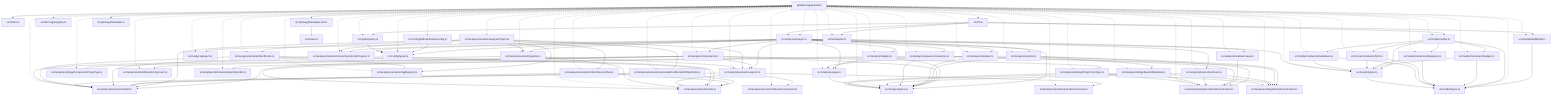
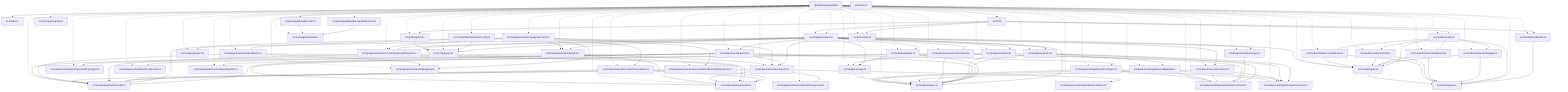
graph TD
  package__ankhorage_paradox["@ankhorage/paradox"]
  entrypoint_src_index_ts["src/index.ts"]
  package__ankhorage_paradox --> entrypoint_src_index_ts
  module_src_analyze_analyze_ts["src/analyze/analyze.ts"]
  package__ankhorage_paradox -.-> module_src_analyze_analyze_ts
  module_src_analyze_analyze_ts --> module_src_analyze_badges_ts
  module_src_analyze_analyze_ts --> module_src_analyze_components_ts
  module_src_analyze_analyze_ts --> module_src_analyze_exports_ts
  module_src_analyze_analyze_ts --> module_src_analyze_modules_ts
  module_src_analyze_analyze_ts --> module_src_analyze_project_ts
  module_src_analyze_analyze_ts --> module_src_analyze_readmeUsage_ts
  module_src_analyze_analyze_ts --> module_src_analyze_semantic_createTypeScriptProgram_ts
  module_src_analyze_analyze_ts --> module_src_analyze_semantic_exports_ts
  module_src_analyze_analyze_ts --> module_src_analyze_semantic_graphs_ts
  module_src_analyze_analyze_ts --> module_src_analyze_sequenceScenarios_ts
  module_src_analyze_analyze_ts --> module_src_analyze_sourceFunctions_ts
  module_src_analyze_analyze_ts --> module_src_analyze_types_ts
  module_src_analyze_analyze_ts --> module_src_analyze_usage_ts
  module_src_analyze_analyze_ts --> module_src_config_types_ts
  module_src_analyze_badges_ts["src/analyze/badges.ts"]
  package__ankhorage_paradox -.-> module_src_analyze_badges_ts
  module_src_analyze_badges_ts --> module_src_analyze_types_ts
  module_src_analyze_badges_ts --> module_src_analyze_usage_ts
  module_src_analyze_components_ts["src/analyze/components.ts"]
  package__ankhorage_paradox -.-> module_src_analyze_components_ts
  module_src_analyze_components_ts --> module_src_analyze_semantic_exports_ts
  module_src_analyze_components_ts --> module_src_analyze_semantic_model_ts
  module_src_analyze_components_ts --> module_src_analyze_types_ts
  module_src_analyze_components_ts --> module_src_analyze_utils_getComponentPropsType_ts
  module_src_analyze_components_ts --> module_src_analyze_utils_getPropsFromType_ts
  module_src_analyze_components_ts --> module_src_analyze_utils_isReactComponent_ts
  module_src_analyze_exports_ts["src/analyze/exports.ts"]
  package__ankhorage_paradox -.-> module_src_analyze_exports_ts
  module_src_analyze_exports_ts --> module_src_analyze_types_ts
  module_src_analyze_exports_ts --> module_src_analyze_utils_getExportMetadata_ts
  module_src_analyze_exports_ts --> module_src_analyze_utils_getParadoxComment_ts
  module_src_analyze_exports_ts --> module_src_analyze_utils_parseParadoxComment_ts
  module_src_analyze_exports_ts --> module_src_analyze_utils_resolveExportSymbol_ts
  module_src_analyze_modules_ts["src/analyze/modules.ts"]
  package__ankhorage_paradox -.-> module_src_analyze_modules_ts
  module_src_analyze_modules_ts --> module_src_analyze_types_ts
  module_src_analyze_project_ts["src/analyze/project.ts"]
  package__ankhorage_paradox -.-> module_src_analyze_project_ts
  module_src_analyze_readmeUsage_ts["src/analyze/readmeUsage.ts"]
  package__ankhorage_paradox -.-> module_src_analyze_readmeUsage_ts
  module_src_analyze_readmeUsage_ts --> module_src_analyze_utils_parseParadoxComment_ts
  module_src_analyze_semantic_analyzeProject_ts["src/analyze/semantic/analyzeProject.ts"]
  package__ankhorage_paradox -.-> module_src_analyze_semantic_analyzeProject_ts
  module_src_analyze_semantic_analyzeProject_ts --> module_src_analyze_semantic_associateDocBlocksWithSymbols_ts
  module_src_analyze_semantic_analyzeProject_ts --> module_src_analyze_semantic_collectSourceFiles_ts
  module_src_analyze_semantic_analyzeProject_ts --> module_src_analyze_semantic_createTypeScriptProgram_ts
  module_src_analyze_semantic_analyzeProject_ts --> module_src_analyze_semantic_docBlocks_ts
  module_src_analyze_semantic_analyzeProject_ts --> module_src_analyze_semantic_exports_ts
  module_src_analyze_semantic_analyzeProject_ts --> module_src_analyze_semantic_graphs_ts
  module_src_analyze_semantic_analyzeProject_ts --> module_src_analyze_semantic_model_ts
  module_src_analyze_semantic_analyzeProject_ts --> module_src_analyze_semantic_tagRegistry_ts
  module_src_analyze_semantic_associateDocBlocksWithSymbols_ts["src/analyze/semantic/associateDocBlocksWithSymbols.ts"]
  package__ankhorage_paradox -.-> module_src_analyze_semantic_associateDocBlocksWithSymbols_ts
  module_src_analyze_semantic_associateDocBlocksWithSymbols_ts --> module_src_analyze_semantic_model_ts
  module_src_analyze_semantic_associateDocBlocksWithSymbols_ts --> module_src_analyze_semantic_utils_ts
  module_src_analyze_semantic_collectSourceFiles_ts["src/analyze/semantic/collectSourceFiles.ts"]
  package__ankhorage_paradox -.-> module_src_analyze_semantic_collectSourceFiles_ts
  module_src_analyze_semantic_collectSourceFiles_ts --> module_src_analyze_semantic_model_ts
  module_src_analyze_semantic_collectSourceFiles_ts --> module_src_analyze_semantic_utils_ts
  module_src_analyze_semantic_createTypeScriptProgram_ts["src/analyze/semantic/createTypeScriptProgram.ts"]
  package__ankhorage_paradox -.-> module_src_analyze_semantic_createTypeScriptProgram_ts
  module_src_analyze_semantic_createTypeScriptProgram_ts --> module_src_analyze_semantic_model_ts
  module_src_analyze_semantic_createTypeScriptProgram_ts --> module_src_analyze_semantic_utils_ts
  module_src_analyze_semantic_docBlocks_ts["src/analyze/semantic/docBlocks.ts"]
  package__ankhorage_paradox -.-> module_src_analyze_semantic_docBlocks_ts
  module_src_analyze_semantic_docBlocks_ts --> module_src_analyze_semantic_model_ts
  module_src_analyze_semantic_docBlocks_ts --> module_src_analyze_semantic_tagRegistry_ts
  module_src_analyze_semantic_docBlocks_ts --> module_src_analyze_semantic_utils_ts
  module_src_analyze_semantic_exports_ts["src/analyze/semantic/exports.ts"]
  package__ankhorage_paradox -.-> module_src_analyze_semantic_exports_ts
  module_src_analyze_semantic_exports_ts --> module_src_analyze_semantic_isReactComponent_ts
  module_src_analyze_semantic_exports_ts --> module_src_analyze_semantic_model_ts
  module_src_analyze_semantic_exports_ts --> module_src_analyze_semantic_paradoxComment_ts
  module_src_analyze_semantic_exports_ts --> module_src_analyze_semantic_utils_ts
  module_src_analyze_semantic_graphs_ts["src/analyze/semantic/graphs.ts"]
  package__ankhorage_paradox -.-> module_src_analyze_semantic_graphs_ts
  module_src_analyze_semantic_graphs_ts --> module_src_analyze_semantic_exports_ts
  module_src_analyze_semantic_graphs_ts --> module_src_analyze_semantic_model_ts
  module_src_analyze_semantic_graphs_ts --> module_src_analyze_semantic_utils_ts
  module_src_analyze_semantic_isReactComponent_ts["src/analyze/semantic/isReactComponent.ts"]
  package__ankhorage_paradox -.-> module_src_analyze_semantic_isReactComponent_ts
  module_src_analyze_semantic_model_ts["src/analyze/semantic/model.ts"]
  package__ankhorage_paradox -.-> module_src_analyze_semantic_model_ts
  module_src_analyze_semantic_paradoxComment_ts["src/analyze/semantic/paradoxComment.ts"]
  package__ankhorage_paradox -.-> module_src_analyze_semantic_paradoxComment_ts
  module_src_analyze_semantic_tagRegistry_ts["src/analyze/semantic/tagRegistry.ts"]
  package__ankhorage_paradox -.-> module_src_analyze_semantic_tagRegistry_ts
  module_src_analyze_semantic_utils_ts["src/analyze/semantic/utils.ts"]
  package__ankhorage_paradox -.-> module_src_analyze_semantic_utils_ts
  module_src_analyze_sequenceScenarios_ts["src/analyze/sequenceScenarios.ts"]
  package__ankhorage_paradox -.-> module_src_analyze_sequenceScenarios_ts
  module_src_analyze_sequenceScenarios_ts --> module_src_analyze_semantic_utils_ts
  module_src_analyze_sequenceScenarios_ts --> module_src_analyze_types_ts
  module_src_analyze_sequenceScenarios_ts --> module_src_analyze_usage_ts
  module_src_analyze_sequenceScenarios_ts --> module_src_analyze_utils_getParadoxComment_ts
  module_src_analyze_sequenceScenarios_ts --> module_src_analyze_utils_parseParadoxComment_ts
  module_src_analyze_sourceFunctions_ts["src/analyze/sourceFunctions.ts"]
  package__ankhorage_paradox -.-> module_src_analyze_sourceFunctions_ts
  module_src_analyze_sourceFunctions_ts --> module_src_analyze_types_ts
  module_src_analyze_sourceFunctions_ts --> module_src_analyze_utils_getParadoxComment_ts
  module_src_analyze_sourceFunctions_ts --> module_src_analyze_utils_parseParadoxComment_ts
  module_src_analyze_types_ts["src/analyze/types.ts"]
  package__ankhorage_paradox -.-> module_src_analyze_types_ts
  module_src_analyze_usage_ts["src/analyze/usage.ts"]
  package__ankhorage_paradox -.-> module_src_analyze_usage_ts
  module_src_analyze_usage_ts --> module_src_analyze_types_ts
  module_src_analyze_utils_getComponentPropsType_ts["src/analyze/utils/getComponentPropsType.ts"]
  package__ankhorage_paradox -.-> module_src_analyze_utils_getComponentPropsType_ts
  module_src_analyze_utils_getExportMetadata_ts["src/analyze/utils/getExportMetadata.ts"]
  package__ankhorage_paradox -.-> module_src_analyze_utils_getExportMetadata_ts
  module_src_analyze_utils_getExportMetadata_ts --> module_src_analyze_types_ts
  module_src_analyze_utils_getExportMetadata_ts --> module_src_analyze_utils_getParadoxComment_ts
  module_src_analyze_utils_getExportMetadata_ts --> module_src_analyze_utils_parseParadoxComment_ts
  module_src_analyze_utils_getParadoxComment_ts["src/analyze/utils/getParadoxComment.ts"]
  package__ankhorage_paradox -.-> module_src_analyze_utils_getParadoxComment_ts
  module_src_analyze_utils_getPropsFromType_ts["src/analyze/utils/getPropsFromType.ts"]
  package__ankhorage_paradox -.-> module_src_analyze_utils_getPropsFromType_ts
  module_src_analyze_utils_getPropsFromType_ts --> module_src_analyze_types_ts
  module_src_analyze_utils_getPropsFromType_ts --> module_src_analyze_utils_getParadoxComment_ts
  module_src_analyze_utils_getPropsFromType_ts --> module_src_analyze_utils_parseParadoxComment_ts
  module_src_analyze_utils_isReactComponent_ts["src/analyze/utils/isReactComponent.ts"]
  package__ankhorage_paradox -.-> module_src_analyze_utils_isReactComponent_ts
  module_src_analyze_utils_parseParadoxComment_ts["src/analyze/utils/parseParadoxComment.ts"]
  package__ankhorage_paradox -.-> module_src_analyze_utils_parseParadoxComment_ts
  module_src_analyze_utils_resolveExportSymbol_ts["src/analyze/utils/resolveExportSymbol.ts"]
  package__ankhorage_paradox -.-> module_src_analyze_utils_resolveExportSymbol_ts
  module_src_cli_ts["src/cli.ts"]
  package__ankhorage_paradox -.-> module_src_cli_ts
  module_src_cli_ts --> module_src_analyze_analyze_ts
  module_src_cli_ts --> module_src_model_buildModel_ts
  module_src_cli_ts --> module_src_paths_policy_ts
  module_src_cli_ts --> module_src_render_render_ts
  module_src_cli_ts --> module_src_write_write_ts
  module_src_config_defineParadoxConfig_ts["src/config/defineParadoxConfig.ts"]
  package__ankhorage_paradox -.-> module_src_config_defineParadoxConfig_ts
  module_src_config_defineParadoxConfig_ts --> module_src_config_types_ts
  module_src_config_types_ts["src/config/types.ts"]
  package__ankhorage_paradox -.-> module_src_config_types_ts
  module_src_doc_tags_registry_ts["src/doc-tags/registry.ts"]
  package__ankhorage_paradox -.-> module_src_doc_tags_registry_ts
  module_src_index_ts["src/index.ts"]
  module_src_model_buildModel_ts["src/model/buildModel.ts"]
  package__ankhorage_paradox -.-> module_src_model_buildModel_ts
  module_src_model_buildModel_ts --> module_src_model_types_ts
  module_src_model_types_ts["src/model/types.ts"]
  package__ankhorage_paradox -.-> module_src_model_types_ts
+   module_src_packageMetadata_capabilities_test_ts["src/packageMetadata.capabilities.test.ts"]
+   package__ankhorage_paradox -.-> module_src_packageMetadata_capabilities_test_ts
+   module_src_packageMetadata_capabilities_test_ts --> module_src_packageMetadata_ts
  module_src_packageMetadata_test_ts["src/packageMetadata.test.ts"]
  package__ankhorage_paradox -.-> module_src_packageMetadata_test_ts
-   module_src_packageMetadata_test_ts --> module_src_index_ts
+   module_src_packageMetadata_test_ts --> module_src_packageMetadata_ts
  module_src_packageMetadata_ts["src/packageMetadata.ts"]
  package__ankhorage_paradox -.-> module_src_packageMetadata_ts
  module_src_paths_policy_ts["src/paths/policy.ts"]
  package__ankhorage_paradox -.-> module_src_paths_policy_ts
  module_src_paths_policy_ts --> module_src_config_types_ts
  module_src_render_render_ts["src/render/render.ts"]
  package__ankhorage_paradox -.-> module_src_render_render_ts
  module_src_render_render_ts --> module_src_model_types_ts
  module_src_render_render_ts --> module_src_render_renderers_badges_ts
  module_src_render_render_ts --> module_src_render_renderers_diagrams_ts
  module_src_render_render_ts --> module_src_render_renderers_html_ts
  module_src_render_render_ts --> module_src_render_renderers_markdown_ts
  module_src_render_render_ts --> module_src_render_types_ts
  module_src_render_renderers_badges_ts["src/render/renderers/badges.ts"]
  package__ankhorage_paradox -.-> module_src_render_renderers_badges_ts
  module_src_render_renderers_badges_ts --> module_src_model_types_ts
  module_src_render_renderers_badges_ts --> module_src_render_types_ts
  module_src_render_renderers_diagrams_ts["src/render/renderers/diagrams.ts"]
  package__ankhorage_paradox -.-> module_src_render_renderers_diagrams_ts
  module_src_render_renderers_diagrams_ts --> module_src_model_types_ts
  module_src_render_renderers_diagrams_ts --> module_src_render_types_ts
  module_src_render_renderers_html_ts["src/render/renderers/html.ts"]
  package__ankhorage_paradox -.-> module_src_render_renderers_html_ts
  module_src_render_renderers_html_ts --> module_src_model_types_ts
  module_src_render_renderers_html_ts --> module_src_render_types_ts
  module_src_render_renderers_markdown_ts["src/render/renderers/markdown.ts"]
  package__ankhorage_paradox -.-> module_src_render_renderers_markdown_ts
  module_src_render_renderers_markdown_ts --> module_src_model_types_ts
  module_src_render_renderers_markdown_ts --> module_src_render_types_ts
  module_src_render_types_ts["src/render/types.ts"]
  package__ankhorage_paradox -.-> module_src_render_types_ts
  module_src_render_types_ts --> module_src_model_types_ts
  module_src_write_write_ts["src/write/write.ts"]
  package__ankhorage_paradox -.-> module_src_write_write_ts
  module_src_write_write_ts --> module_src_config_types_ts
  module_src_write_write_ts --> module_src_render_types_ts
